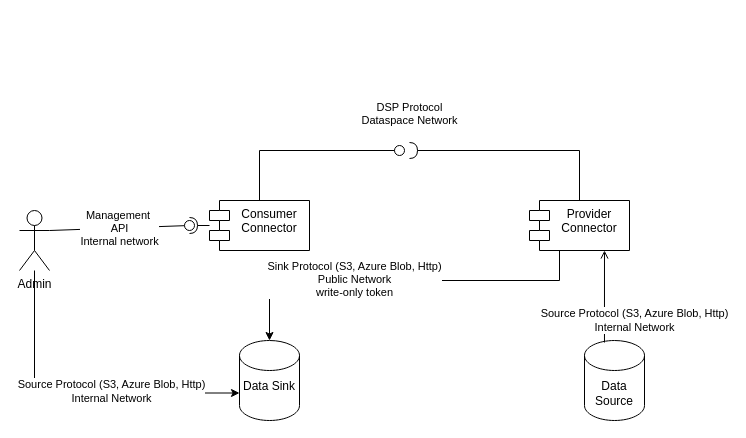
big-data-spaces/connector-api keeps this draw.io diagram as Connect API Collection/connector_api.drawio. Above is the earlier version. Source tidied: cells renumbered, new cells numbered last; positions are measured from the earlier drawing's top-left corner, leaving out a move shared by most shapes. Both pictures are drawn from the tidied source at 100%, with x=0, y=0 at pixel (19, 150).
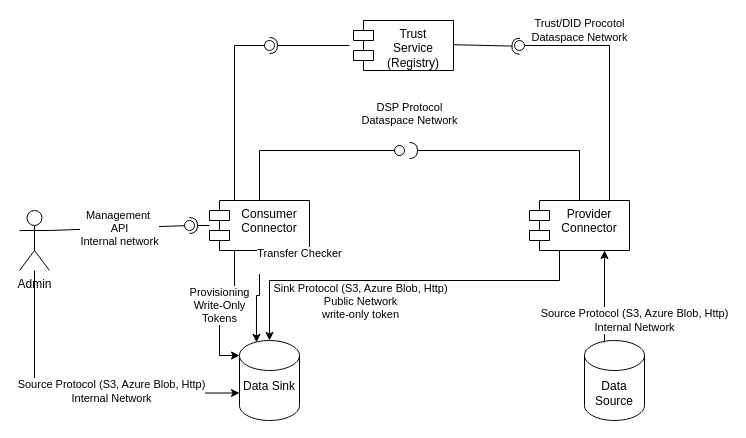
Above is the later version.

Unchanged cells that the change refers to:
```xml
<mxCell id="3" value="Consumer&lt;div&gt;Connector&lt;/div&gt;" style="shape=module;align=left;spacingLeft=20;align=center;verticalAlign=top;whiteSpace=wrap;html=1;" parent="1" vertex="1">
  <mxGeometry x="190" y="50" width="100" height="50" as="geometry" />
</mxCell>
<mxCell id="4" value="Provider&lt;div&gt;Connector&lt;/div&gt;" style="shape=module;align=left;spacingLeft=20;align=center;verticalAlign=top;whiteSpace=wrap;html=1;" parent="1" vertex="1">
  <mxGeometry x="510" y="50" width="100" height="50" as="geometry" />
</mxCell>
<mxCell id="11" style="edgeStyle=orthogonalEdgeStyle;rounded=0;jettySize=auto;html=1;exitX=0.5;exitY=0;exitDx=0;exitDy=0;entryX=0.25;entryY=1;entryDx=0;entryDy=0;startArrow=classic;startFill=1;exitPerimeter=0;endArrow=none;endFill=0;" parent="1" edge="1" source="13" target="4">
  <mxGeometry relative="1" as="geometry">
    <Array as="points">
      <mxPoint x="250" y="130" />
      <mxPoint x="540" y="130" />
      <mxPoint x="540" y="100" />
    </Array>
  </mxGeometry>
</mxCell>
<mxCell id="13" value="Data Sink&lt;div&gt;&lt;br&gt;&lt;/div&gt;" style="shape=cylinder3;whiteSpace=wrap;html=1;boundedLbl=1;backgroundOutline=1;size=15;" parent="1" vertex="1">
  <mxGeometry x="220" y="190" width="60" height="80" as="geometry" />
</mxCell>
<mxCell id="14" value="Data Source" style="shape=cylinder3;whiteSpace=wrap;html=1;boundedLbl=1;backgroundOutline=1;size=15;" parent="1" vertex="1">
  <mxGeometry x="565" y="190" width="60" height="80" as="geometry" />
</mxCell>
```

What changed in the source:
```diff
@@
     <mxCell id="12" value="Sink Protocol (S3, Azure Blob, Http)&lt;div&gt;Public N&lt;span style=&quot;background-color: light-dark(#ffffff, var(--ge-dark-color, #121212)); color: light-dark(rgb(0, 0, 0), rgb(255, 255, 255));&quot;&gt;etwork&lt;/span&gt;&lt;/div&gt;&lt;div&gt;&lt;span style=&quot;background-color: light-dark(#ffffff, var(--ge-dark-color, #121212)); color: light-dark(rgb(0, 0, 0), rgb(255, 255, 255));&quot;&gt;write-only token&lt;/span&gt;&lt;/div&gt;" style="edgeLabel;html=1;align=center;verticalAlign=middle;" parent="11" vertex="1">
       <mxGeometry x="-0.11" y="2" relative="1" as="geometry">
-        <mxPoint x="-27" as="offset" />
+        <mxPoint x="-21" y="22" as="offset" />
       </mxGeometry>
     </mxCell>
@@
-    <mxCell id="15" value="Source Protocol (S3, Azure Blob, Http)&lt;div&gt;Internal N&lt;span style=&quot;background-color: light-dark(#ffffff, var(--ge-dark-color, #121212)); color: light-dark(rgb(0, 0, 0), rgb(255, 255, 255));&quot;&gt;etwork&lt;/span&gt;&lt;/div&gt;" style="edgeStyle=orthogonalEdgeStyle;rounded=0;jettySize=auto;html=1;entryX=0.333;entryY=0.025;entryDx=0;entryDy=0;entryPerimeter=0;startArrow=open;startFill=0;endArrow=none;endFill=0;exitX=0.75;exitY=1;exitDx=0;exitDy=0;" parent="1" edge="1" source="4" target="14">
+    <mxCell id="15" value="Source Protocol (S3, Azure Blob, Http)&lt;div&gt;Internal N&lt;span style=&quot;background-color: light-dark(#ffffff, var(--ge-dark-color, #121212)); color: light-dark(rgb(0, 0, 0), rgb(255, 255, 255));&quot;&gt;etwork&lt;/span&gt;&lt;/div&gt;" style="edgeStyle=orthogonalEdgeStyle;rounded=0;jettySize=auto;html=1;entryX=0.333;entryY=0.025;entryDx=0;entryDy=0;entryPerimeter=0;startArrow=classic;startFill=1;endArrow=none;endFill=0;exitX=0.75;exitY=1;exitDx=0;exitDy=0;" parent="1" edge="1" source="4" target="14">
       <mxGeometry x="0.52" y="30" relative="1" as="geometry" />
     </mxCell>
@@
+    <mxCell id="17" value="Trust&lt;div&gt;Service&lt;/div&gt;&lt;div&gt;(Registry)&lt;/div&gt;" style="shape=module;align=left;spacingLeft=20;align=center;verticalAlign=top;whiteSpace=wrap;html=1;" parent="1" vertex="1">
+      <mxGeometry x="334" y="-130" width="100" height="50" as="geometry" />
+    </mxCell>
+    <mxCell id="18" style="rounded=0;orthogonalLoop=1;jettySize=auto;html=1;endArrow=halfCircle;endFill=0;endSize=6;strokeWidth=1;sketch=0;" parent="1" edge="1">
+      <mxGeometry relative="1" as="geometry">
+        <mxPoint x="330" y="-105" as="sourcePoint" />
+        <mxPoint x="250" y="-105" as="targetPoint" />
+      </mxGeometry>
+    </mxCell>
+    <mxCell id="19" style="rounded=0;jettySize=auto;html=1;endArrow=oval;endFill=0;sketch=0;sourcePerimeterSpacing=0;targetPerimeterSpacing=0;endSize=10;exitX=0.25;exitY=0;exitDx=0;exitDy=0;" parent="1" edge="1" source="3" target="20">
+      <mxGeometry relative="1" as="geometry">
+        <Array as="points">
+          <mxPoint x="215" y="-105" />
+        </Array>
+      </mxGeometry>
+    </mxCell>
+    <mxCell id="20" style="ellipse;whiteSpace=wrap;html=1;align=center;fillColor=none;strokeColor=none;perimeter=centerPerimeter;points=[];outlineConnect=1;" parent="1" vertex="1">
+      <mxGeometry x="245" y="-110" width="10" height="10" as="geometry" />
+    </mxCell>
+    <mxCell id="21" style="rounded=0;orthogonalLoop=1;jettySize=auto;html=1;endArrow=halfCircle;endFill=0;endSize=6;strokeWidth=1;sketch=0;exitX=0.996;exitY=0.369;exitDx=0;exitDy=0;exitPerimeter=0;" parent="1" edge="1">
+      <mxGeometry relative="1" as="geometry">
+        <mxPoint x="434" y="-105.8" as="sourcePoint" />
+        <mxPoint x="500.4" y="-104.2" as="targetPoint" />
+      </mxGeometry>
+    </mxCell>
+    <mxCell id="22" value="Trust/DID Procotol&lt;div&gt;Dataspace Network&lt;/div&gt;" style="rounded=0;orthogonalLoop=1;jettySize=auto;html=1;endArrow=oval;endFill=0;sketch=0;sourcePerimeterSpacing=0;targetPerimeterSpacing=0;endSize=10;exitX=0.25;exitY=0;exitDx=0;exitDy=0;" parent="1" edge="1">
+      <mxGeometry x="0.51" y="-15" relative="1" as="geometry">
+        <mxPoint x="590" y="50" as="sourcePoint" />
+        <mxPoint x="500" y="-105" as="targetPoint" />
+        <Array as="points">
+          <mxPoint x="590" y="-105" />
+        </Array>
+      </mxGeometry>
+    </mxCell>
+    <mxCell id="23" value="Provisioning&lt;div&gt;Write-Only&lt;/div&gt;&lt;div&gt;Tokens&lt;/div&gt;" style="edgeStyle=orthogonalEdgeStyle;rounded=0;jettySize=auto;html=1;exitX=0.25;exitY=1;exitDx=0;exitDy=0;entryX=0;entryY=0;entryDx=0;entryDy=15;entryPerimeter=0;" parent="1" edge="1" source="3" target="13">
+      <mxGeometry relative="1" as="geometry" />
+    </mxCell>
+    <mxCell id="24" value="Transfer Checker&lt;div&gt;&lt;br&gt;&lt;/div&gt;" style="edgeStyle=orthogonalEdgeStyle;rounded=0;jettySize=auto;html=1;exitX=0.5;exitY=1;exitDx=0;exitDy=0;entryX=0.283;entryY=0.023;entryDx=0;entryDy=0;entryPerimeter=0;" parent="1" edge="1" source="3" target="13">
+      <mxGeometry x="-0.79" y="40" relative="1" as="geometry" />
+    </mxCell>
```
